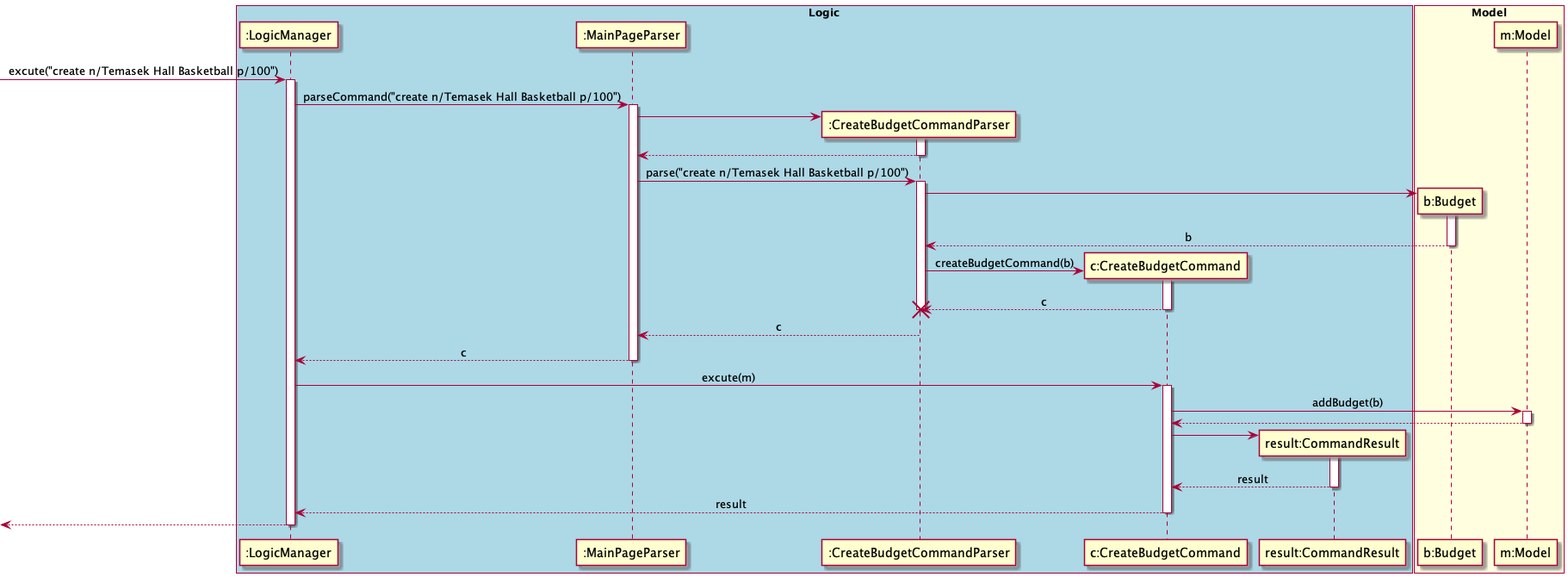
Above: docs/diagrams/commandsPlantUML/diagram/CreateBudgetCommand.png in yu-ming-chen/tp (PlantUML), before the change.
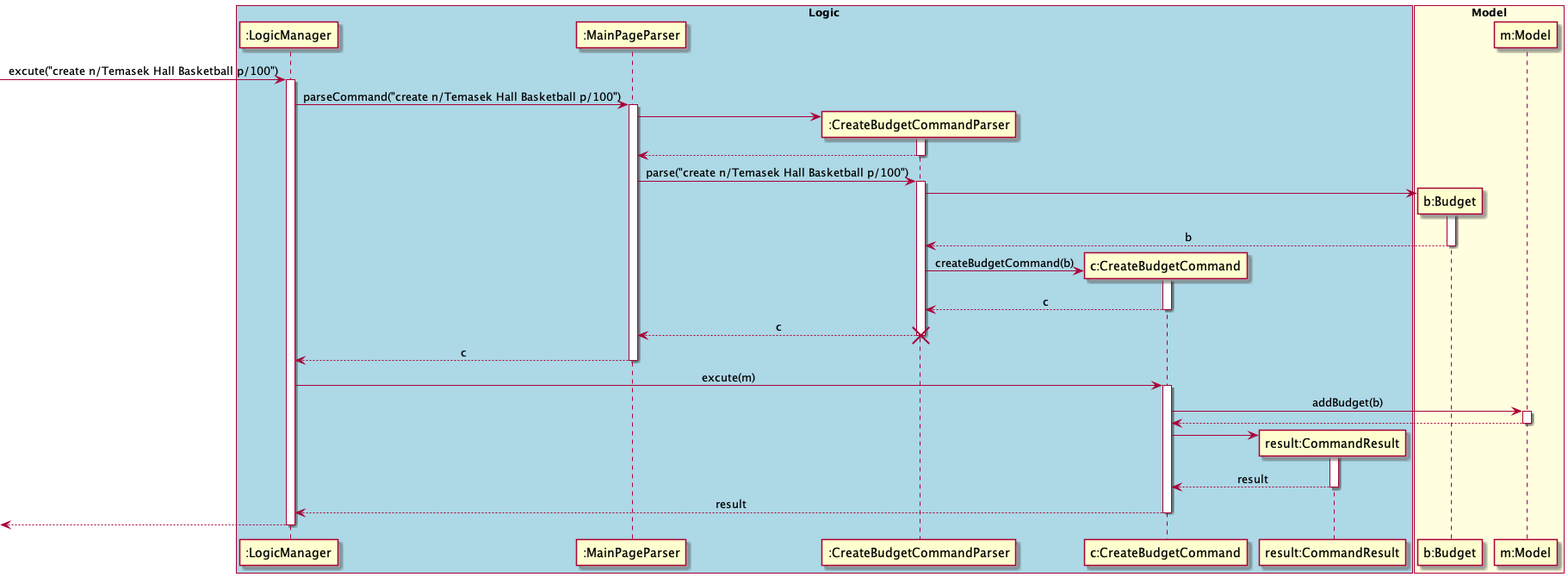
The same file after the commit.

What changed in the source:
```diff
@@ -39,8 +39,10 @@
 activate CBC
 CBCP <-- CBC : c
 deactivate CBC
+MPP <-- CBCP : c
+
 destroy CBCP
-MPP <-- CBCP : c
+
 deactivate CBCP
 LM <-- MPP : c
 deactivate MPP
```
